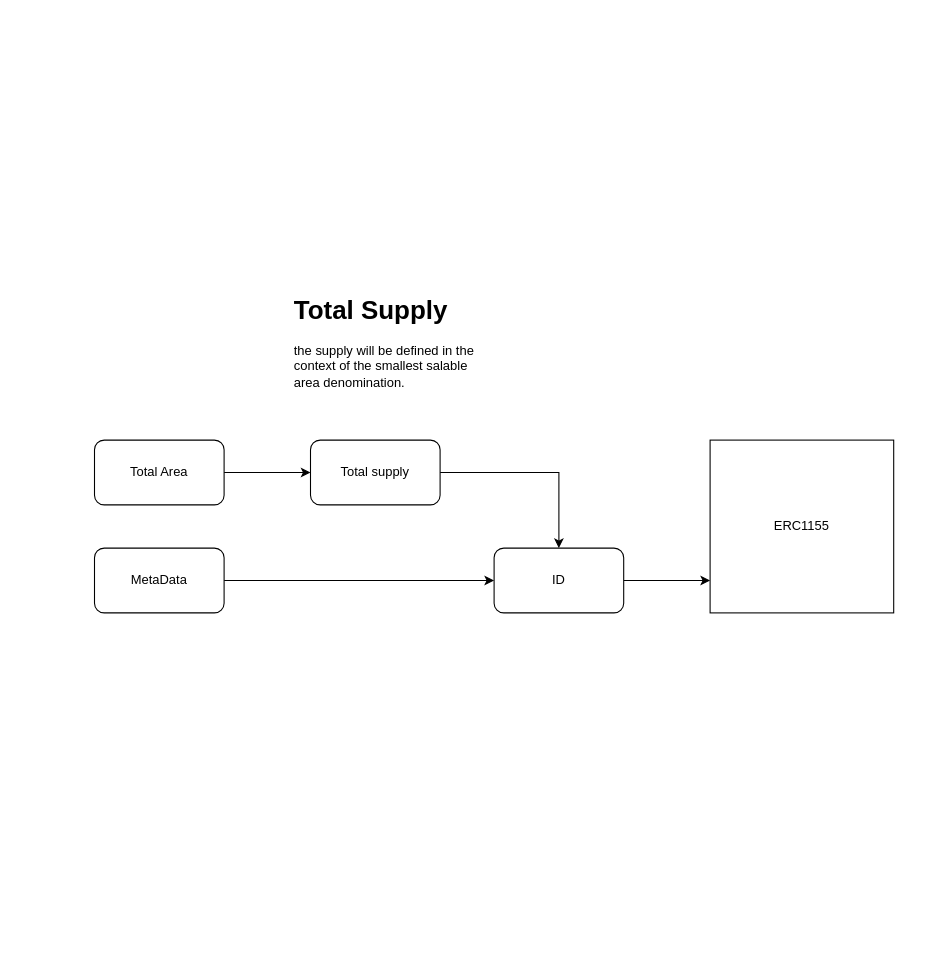
This is areatokenization.drawio from ali-05-ahmed/Concept-Diagrams, a draw.io file, before an edit. Source tidied: cells renumbered, new cells numbered last; positions are measured from the earlier drawing's top-left corner, leaving out a move shared by most shapes. Both pictures are drawn from the tidied source at 108%, with x=0, y=0 at pixel (94, 288).
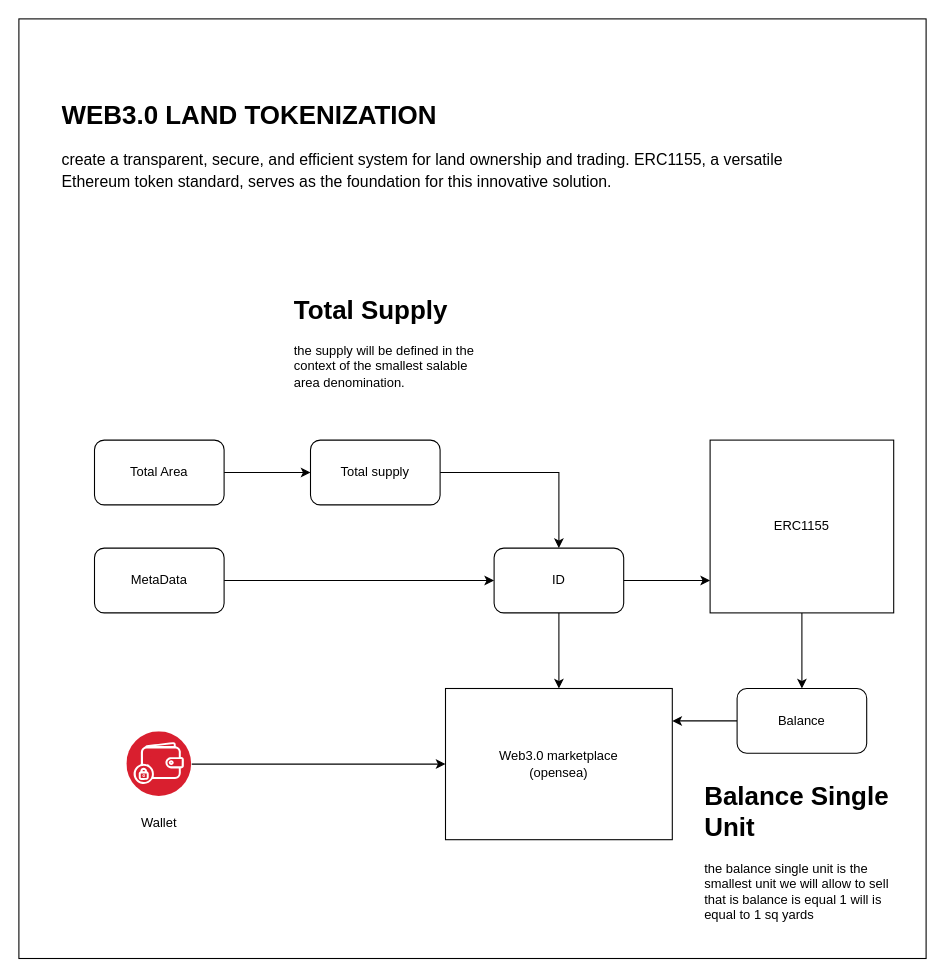
After the change.

The change refers to these unchanged cells:
```xml
<mxCell id="9" value="ID" style="rounded=1;whiteSpace=wrap;html=1;" parent="1" vertex="1">
  <mxGeometry x="370" y="240" width="120" height="60" as="geometry" />
</mxCell>
<mxCell id="11" value="ERC1155" style="rounded=0;whiteSpace=wrap;html=1;" parent="1" vertex="1">
  <mxGeometry x="570" y="140" width="170" height="160" as="geometry" />
</mxCell>
```

The edit, as a diff of the source:
```diff
@@
+    <mxCell id="12" style="rounded=0;whiteSpace=wrap;html=1;" parent="1" vertex="1">
+      <mxGeometry x="-70" y="-250" width="840" height="870" as="geometry" />
+    </mxCell>
@@
+    <mxCell id="13" style="edgeStyle=orthogonalEdgeStyle;rounded=0;jettySize=auto;html=1;" parent="1" edge="1" source="9" target="18">
+      <mxGeometry relative="1" as="geometry" />
+    </mxCell>
@@
+    <mxCell id="14" style="edgeStyle=orthogonalEdgeStyle;rounded=0;jettySize=auto;html=1;" parent="1" edge="1" source="11" target="16">
+      <mxGeometry relative="1" as="geometry" />
+    </mxCell>
@@
+    <mxCell id="15" style="edgeStyle=orthogonalEdgeStyle;rounded=0;jettySize=auto;html=1;" parent="1" edge="1" source="16" target="18">
+      <mxGeometry relative="1" as="geometry">
+        <Array as="points">
+          <mxPoint x="550" y="400" />
+          <mxPoint x="550" y="400" />
+        </Array>
+      </mxGeometry>
+    </mxCell>
+    <mxCell id="16" value="Balance" style="rounded=1;whiteSpace=wrap;html=1;" parent="1" vertex="1">
+      <mxGeometry x="595" y="370" width="120" height="60" as="geometry" />
+    </mxCell>
+    <mxCell id="17" value="&lt;h1&gt;Balance Single Unit&lt;/h1&gt;&lt;div&gt;the balance single unit is the smallest unit we will allow to sell that is balance is equal 1 will is equal to 1&amp;nbsp;sq yards&lt;/div&gt;" style="text;html=1;strokeColor=none;fillColor=none;spacing=5;spacingTop=-20;whiteSpace=wrap;overflow=hidden;rounded=0;" parent="1" vertex="1">
+      <mxGeometry x="560" y="450" width="190" height="150" as="geometry" />
+    </mxCell>
+    <mxCell id="18" value="Web3.0 marketplace&lt;br&gt;(opensea)" style="rounded=0;whiteSpace=wrap;html=1;" parent="1" vertex="1">
+      <mxGeometry x="325" y="370" width="210" height="140" as="geometry" />
+    </mxCell>
+    <mxCell id="19" style="edgeStyle=orthogonalEdgeStyle;rounded=0;jettySize=auto;html=1;entryX=0;entryY=0.5;entryDx=0;entryDy=0;" parent="1" edge="1" source="20" target="18">
+      <mxGeometry relative="1" as="geometry" />
+    </mxCell>
+    <mxCell id="20" style="image;perimeter=ellipsePerimeter;html=1;align=center;shadow=0;dashed=0;fontColor=#4277BB;labelBackgroundColor=default;fontSize=12;spacingTop=3;image=img/lib/ibm/blockchain/wallet.svg;" parent="1" vertex="1">
+      <mxGeometry x="30" y="410" width="60" height="60" as="geometry" />
+    </mxCell>
+    <mxCell id="21" value="Wallet" style="text;html=1;strokeColor=none;fillColor=none;align=center;verticalAlign=middle;whiteSpace=wrap;rounded=0;" parent="1" vertex="1">
+      <mxGeometry x="30" y="480" width="60" height="30" as="geometry" />
+    </mxCell>
+    <mxCell id="22" value="&lt;h1&gt;WEB3.0 LAND TOKENIZATION&lt;/h1&gt;&lt;p&gt;&lt;/p&gt;&lt;p style=&quot;line-height:1.38;margin-top:0pt;margin-bottom:0pt;&quot; dir=&quot;ltr&quot;&gt;&lt;/p&gt;&lt;p style=&quot;line-height:1.38;margin-top:0pt;margin-bottom:0pt;&quot; dir=&quot;ltr&quot;&gt;&lt;span style=&quot;font-size: 11pt; font-family: Arial, sans-serif; color: rgb(0, 0, 0); background-color: transparent; font-weight: 400; font-style: normal; font-variant: normal; text-decoration: none; vertical-align: baseline;&quot;&gt;create a transparent, secure, and efficient system for land ownership and trading. ERC1155, a versatile Ethereum token standard, serves as the foundation for this innovative solution.&lt;/span&gt;&lt;/p&gt;" style="text;html=1;strokeColor=none;fillColor=none;spacing=5;spacingTop=-20;whiteSpace=wrap;overflow=hidden;rounded=0;" parent="1" vertex="1">
+      <mxGeometry x="-35" y="-180" width="705" height="120" as="geometry" />
+    </mxCell>
```
